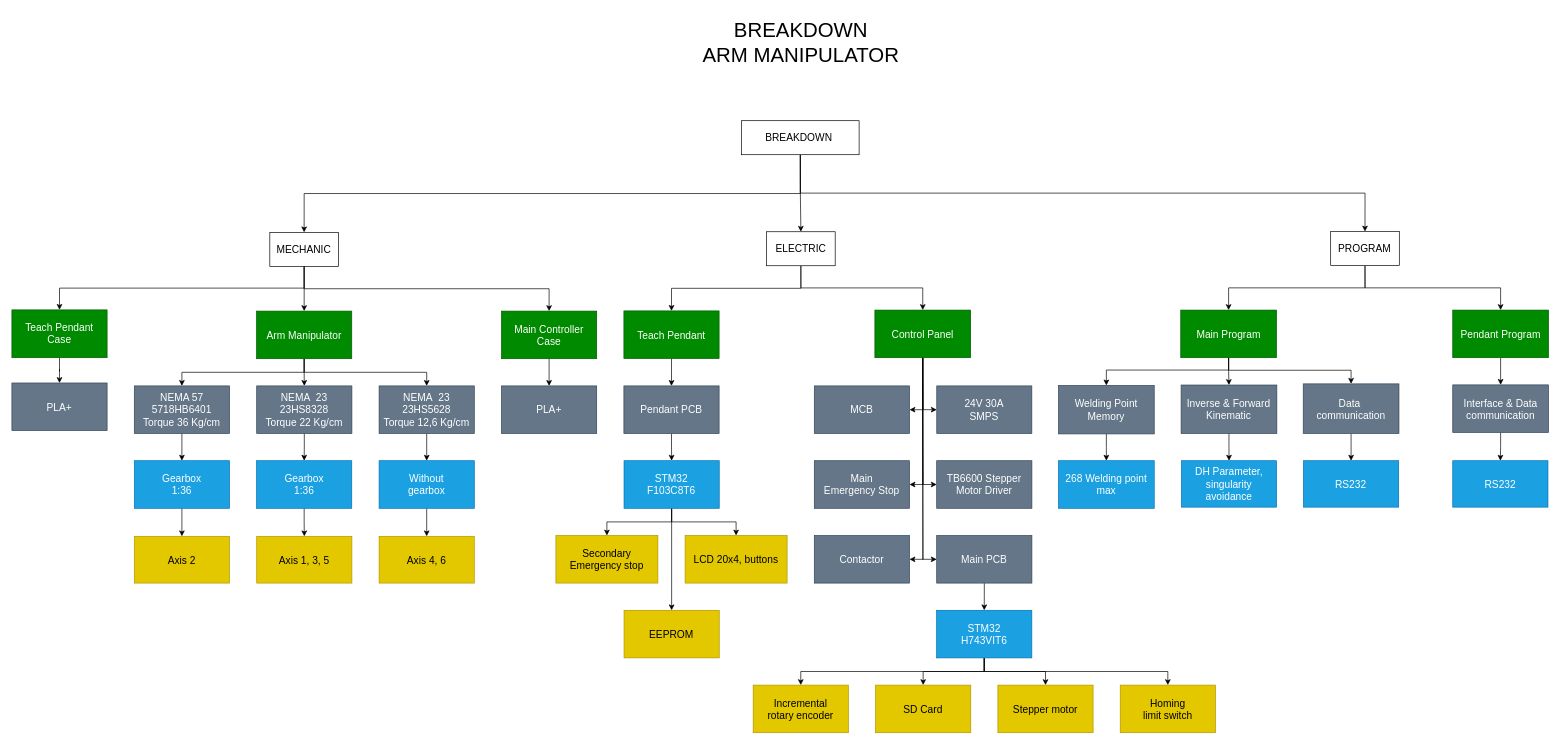
The draw.io diagram page "General Breakdown" (1 of 4) of Breakdown/Breakdown Arm Manipulator.drawio in AlfonsusGiovanni/Welding-Arm-Manipulator, before the edit. Source tidied: cells renumbered, new cells numbered last; positions are measured from the earlier drawing's top-left corner, leaving out a move shared by most shapes. Both pictures are drawn from the tidied source at 68%, with x=0, y=0 at pixel (12, 12).
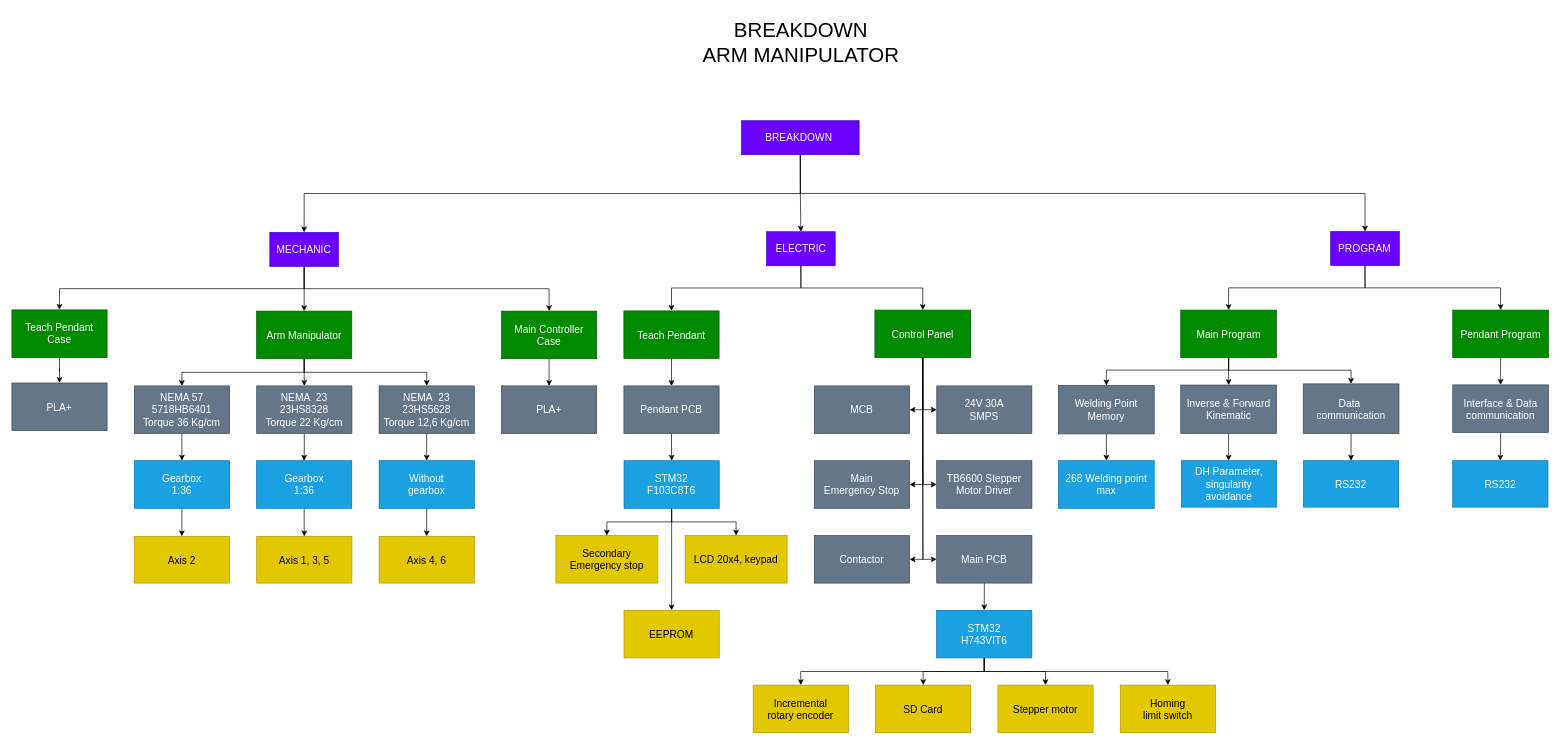
The same diagram, later.

Unchanged cells that the change refers to:
```xml
<mxCell id="20" value="Teach Pendant" style="rounded=0;whiteSpace=wrap;html=1;fontSize=15;fillColor=#008a00;strokeColor=#005700;fontColor=#ffffff;" parent="1" vertex="1">
  <mxGeometry x="900" y="439.7" width="140" height="70" as="geometry" />
</mxCell>
<mxCell id="34" value="Teach Pendant&lt;div&gt;Case&lt;/div&gt;" style="rounded=0;whiteSpace=wrap;html=1;fontSize=15;fillColor=#008a00;strokeColor=#005700;fontColor=#ffffff;" parent="1" vertex="1">
  <mxGeometry y="438.2" width="140" height="70.3" as="geometry" />
</mxCell>
<mxCell id="45" value="DH Parameter, singularity avoidance" style="rounded=0;whiteSpace=wrap;html=1;fontSize=15;fillColor=#1ba1e2;fontColor=#ffffff;strokeColor=#006EAF;" parent="1" vertex="1">
  <mxGeometry x="1720" y="660" width="139.7" height="68.3" as="geometry" />
</mxCell>
<mxCell id="55" value="Control Panel" style="rounded=0;whiteSpace=wrap;html=1;fontSize=15;fillColor=#008a00;strokeColor=#005700;fontColor=#ffffff;" parent="1" vertex="1">
  <mxGeometry x="1269.1" y="438.5" width="140.8" height="70" as="geometry" />
</mxCell>
<mxCell id="56" value="Main&lt;div&gt;Emergency Stop&lt;/div&gt;" style="rounded=0;whiteSpace=wrap;html=1;fontSize=15;fillColor=#647687;fontColor=#ffffff;strokeColor=#314354;" parent="1" vertex="1">
  <mxGeometry x="1180" y="660" width="140" height="70" as="geometry" />
</mxCell>
<mxCell id="57" value="Contactor" style="rounded=0;whiteSpace=wrap;html=1;fontSize=15;fillColor=#647687;fontColor=#ffffff;strokeColor=#314354;" parent="1" vertex="1">
  <mxGeometry x="1180" y="770" width="140" height="70" as="geometry" />
</mxCell>
<mxCell id="63" value="MCB" style="rounded=0;whiteSpace=wrap;html=1;fontSize=15;fillColor=#647687;fontColor=#ffffff;strokeColor=#314354;" parent="1" vertex="1">
  <mxGeometry x="1180" y="550" width="140" height="70" as="geometry" />
</mxCell>
```

Change to the diagram source:
```diff
@@
     <mxCell id="3" style="edgeStyle=orthogonalEdgeStyle;rounded=0;jettySize=auto;html=1;exitX=0.5;exitY=1;exitDx=0;exitDy=0;entryX=0.5;entryY=0;entryDx=0;entryDy=0;" parent="1" edge="1" source="5" target="15">
-      <mxGeometry relative="1" as="geometry" />
+      <mxGeometry relative="1" as="geometry">
+        <Array as="points">
+          <mxPoint x="1159" y="267" />
+          <mxPoint x="1990" y="267" />
+        </Array>
+      </mxGeometry>
     </mxCell>
@@
-    <mxCell id="5" value="BREAKDOWN&amp;nbsp;" style="rounded=0;whiteSpace=wrap;html=1;fontSize=15;" parent="1" vertex="1">
+    <mxCell id="5" value="BREAKDOWN&amp;nbsp;" style="rounded=0;whiteSpace=wrap;html=1;fontSize=15;fillColor=#6a00ff;fontColor=#ffffff;strokeColor=#3700CC;" parent="1" vertex="1">
       <mxGeometry x="1073" y="160" width="172.9" height="50" as="geometry" />
     </mxCell>
@@
     <mxCell id="8" style="edgeStyle=orthogonalEdgeStyle;rounded=0;jettySize=auto;html=1;exitX=0.5;exitY=1;exitDx=0;exitDy=0;entryX=0.5;entryY=0;entryDx=0;entryDy=0;" parent="1" edge="1" source="9" target="34">
-      <mxGeometry relative="1" as="geometry" />
+      <mxGeometry relative="1" as="geometry">
+        <Array as="points">
+          <mxPoint x="430" y="407" />
+          <mxPoint x="70" y="407" />
+        </Array>
+      </mxGeometry>
     </mxCell>
-    <mxCell id="9" value="MECHANIC" style="rounded=0;whiteSpace=wrap;html=1;fontSize=15;" parent="1" vertex="1">
+    <mxCell id="9" value="MECHANIC" style="rounded=0;whiteSpace=wrap;html=1;fontSize=15;fillColor=#6a00ff;fontColor=#ffffff;strokeColor=#3700CC;" parent="1" vertex="1">
       <mxGeometry x="379.3" y="324.2" width="100.9" height="50" as="geometry" />
     </mxCell>
     <mxCell id="10" style="edgeStyle=orthogonalEdgeStyle;rounded=0;jettySize=auto;html=1;exitX=0.5;exitY=1;exitDx=0;exitDy=0;entryX=0.5;entryY=0;entryDx=0;entryDy=0;" parent="1" edge="1" source="12" target="20">
-      <mxGeometry relative="1" as="geometry" />
+      <mxGeometry relative="1" as="geometry">
+        <Array as="points">
+          <mxPoint x="1160" y="406" />
+          <mxPoint x="970" y="406" />
+        </Array>
+      </mxGeometry>
     </mxCell>
     <mxCell id="11" style="edgeStyle=orthogonalEdgeStyle;rounded=0;jettySize=auto;html=1;exitX=0.5;exitY=1;exitDx=0;exitDy=0;entryX=0.5;entryY=0;entryDx=0;entryDy=0;" parent="1" edge="1" source="12" target="55">
-      <mxGeometry relative="1" as="geometry" />
+      <mxGeometry relative="1" as="geometry">
+        <Array as="points">
+          <mxPoint x="1160" y="406" />
+          <mxPoint x="1339" y="406" />
+        </Array>
+      </mxGeometry>
     </mxCell>
-    <mxCell id="12" value="ELECTRIC" style="rounded=0;whiteSpace=wrap;html=1;fontSize=15;" parent="1" vertex="1">
+    <mxCell id="12" value="ELECTRIC" style="rounded=0;whiteSpace=wrap;html=1;fontSize=15;fillColor=#6a00ff;fontColor=#ffffff;strokeColor=#3700CC;" parent="1" vertex="1">
       <mxGeometry x="1109.8" y="323.3" width="100.9" height="50" as="geometry" />
     </mxCell>
@@
-    <mxCell id="15" value="PROGRAM" style="rounded=0;whiteSpace=wrap;html=1;fontSize=15;" parent="1" vertex="1">
+    <mxCell id="15" value="PROGRAM" style="rounded=0;whiteSpace=wrap;html=1;fontSize=15;fillColor=#6a00ff;fontColor=#ffffff;strokeColor=#3700CC;" parent="1" vertex="1">
       <mxGeometry x="1939.4" y="323" width="100.9" height="50" as="geometry" />
     </mxCell>
@@
-    <mxCell id="24" value="LCD 20x4, buttons" style="rounded=0;whiteSpace=wrap;html=1;fontSize=15;fillColor=#e3c800;fontColor=#000000;strokeColor=#B09500;" parent="1" vertex="1">
+    <mxCell id="24" value="LCD 20x4, keypad" style="rounded=0;whiteSpace=wrap;html=1;fontSize=15;fillColor=#e3c800;fontColor=#000000;strokeColor=#B09500;" parent="1" vertex="1">
       <mxGeometry x="990" y="770" width="150" height="70" as="geometry" />
     </mxCell>
@@
     <mxCell id="43" style="edgeStyle=orthogonalEdgeStyle;rounded=0;jettySize=auto;html=1;" parent="1" edge="1" source="44" target="45">
-      <mxGeometry relative="1" as="geometry" />
+      <mxGeometry relative="1" as="geometry">
+        <Array as="points">
+          <mxPoint x="1790" y="620" />
+          <mxPoint x="1790" y="620" />
+        </Array>
+      </mxGeometry>
     </mxCell>
     <mxCell id="44" value="Inverse &amp;amp; Forward Kinematic" style="rounded=0;whiteSpace=wrap;html=1;fontSize=15;fillColor=#647687;fontColor=#ffffff;strokeColor=#314354;" parent="1" vertex="1">
-      <mxGeometry x="1719.4" y="548.7" width="140.8" height="71.3" as="geometry" />
+      <mxGeometry x="1718.9" y="548.7" width="140.8" height="71.3" as="geometry" />
     </mxCell>
@@
+    <mxCell id="54" style="edgeStyle=orthogonalEdgeStyle;rounded=0;jettySize=auto;html=1;exitX=0.5;exitY=1;exitDx=0;exitDy=0;entryX=1;entryY=0.5;entryDx=0;entryDy=0;" parent="1" edge="1" source="55" target="63">
+      <mxGeometry relative="1" as="geometry" />
+    </mxCell>
@@
+    <mxCell id="51" style="edgeStyle=orthogonalEdgeStyle;rounded=0;jettySize=auto;html=1;exitX=0.5;exitY=1;exitDx=0;exitDy=0;entryX=1;entryY=0.5;entryDx=0;entryDy=0;" parent="1" edge="1" source="55" target="56">
+      <mxGeometry relative="1" as="geometry" />
+    </mxCell>
@@
-    <mxCell id="51" style="edgeStyle=orthogonalEdgeStyle;rounded=0;jettySize=auto;html=1;exitX=0.5;exitY=1;exitDx=0;exitDy=0;entryX=1;entryY=0.5;entryDx=0;entryDy=0;" parent="1" edge="1" source="55" target="56">
-      <mxGeometry relative="1" as="geometry" />
-    </mxCell>
+    <mxCell id="53" style="edgeStyle=orthogonalEdgeStyle;rounded=0;jettySize=auto;html=1;exitX=0.5;exitY=1;exitDx=0;exitDy=0;entryX=1;entryY=0.5;entryDx=0;entryDy=0;" parent="1" edge="1" source="55" target="57">
+      <mxGeometry relative="1" as="geometry" />
+    </mxCell>
@@
-    <mxCell id="53" style="edgeStyle=orthogonalEdgeStyle;rounded=0;jettySize=auto;html=1;exitX=0.5;exitY=1;exitDx=0;exitDy=0;entryX=1;entryY=0.5;entryDx=0;entryDy=0;" parent="1" edge="1" source="55" target="57">
-      <mxGeometry relative="1" as="geometry" />
-    </mxCell>
-    <mxCell id="54" style="edgeStyle=orthogonalEdgeStyle;rounded=0;jettySize=auto;html=1;exitX=0.5;exitY=1;exitDx=0;exitDy=0;entryX=1;entryY=0.5;entryDx=0;entryDy=0;" parent="1" edge="1" source="55" target="63">
-      <mxGeometry relative="1" as="geometry" />
-    </mxCell>
```
